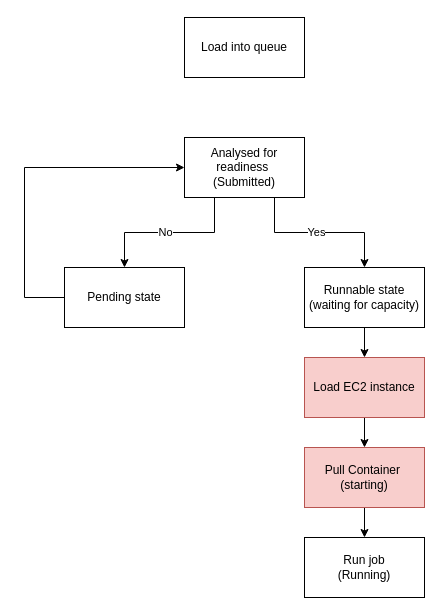
Above: Rafinex.drawio in Stormmgmg/ArchDiagrams (draw.io), before the change. Source tidied: cells renumbered, new cells numbered last; positions are measured from the earlier drawing's top-left corner, leaving out a move shared by most shapes. Both pictures are drawn from the tidied source at 100%, with x=0, y=0 at pixel (24, 17).
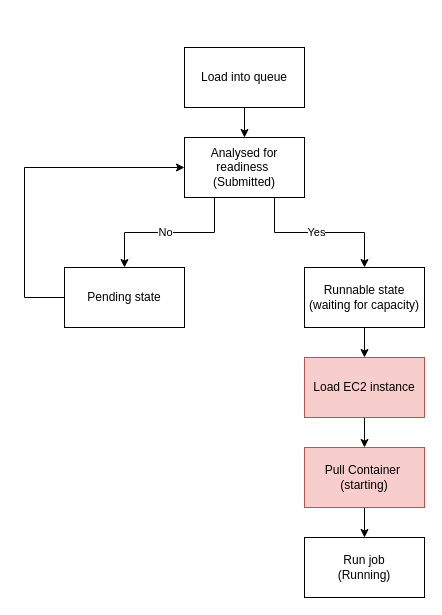
The same diagram, later.

Unchanged cells that the change refers to:
```xml
<mxCell id="7" value="Analysed for readiness&amp;nbsp;&lt;div&gt;(Submitted)&lt;/div&gt;" style="rounded=0;whiteSpace=wrap;html=1;" parent="1" vertex="1">
  <mxGeometry x="160" y="120" width="120" height="60" as="geometry" />
</mxCell>
```

Change to the diagram source:
```diff
@@
+    <mxCell id="17" style="edgeStyle=orthogonalEdgeStyle;rounded=0;jettySize=auto;html=1;exitX=0.5;exitY=1;exitDx=0;exitDy=0;entryX=0.5;entryY=0;entryDx=0;entryDy=0;" parent="1" edge="1" source="2" target="7">
+      <mxGeometry relative="1" as="geometry" />
+    </mxCell>
     <mxCell id="2" value="Load into queue" style="rounded=0;whiteSpace=wrap;html=1;" parent="1" vertex="1">
-      <mxGeometry x="160" width="120" height="60" as="geometry" />
+      <mxGeometry x="160" y="30" width="120" height="60" as="geometry" />
     </mxCell>
```
